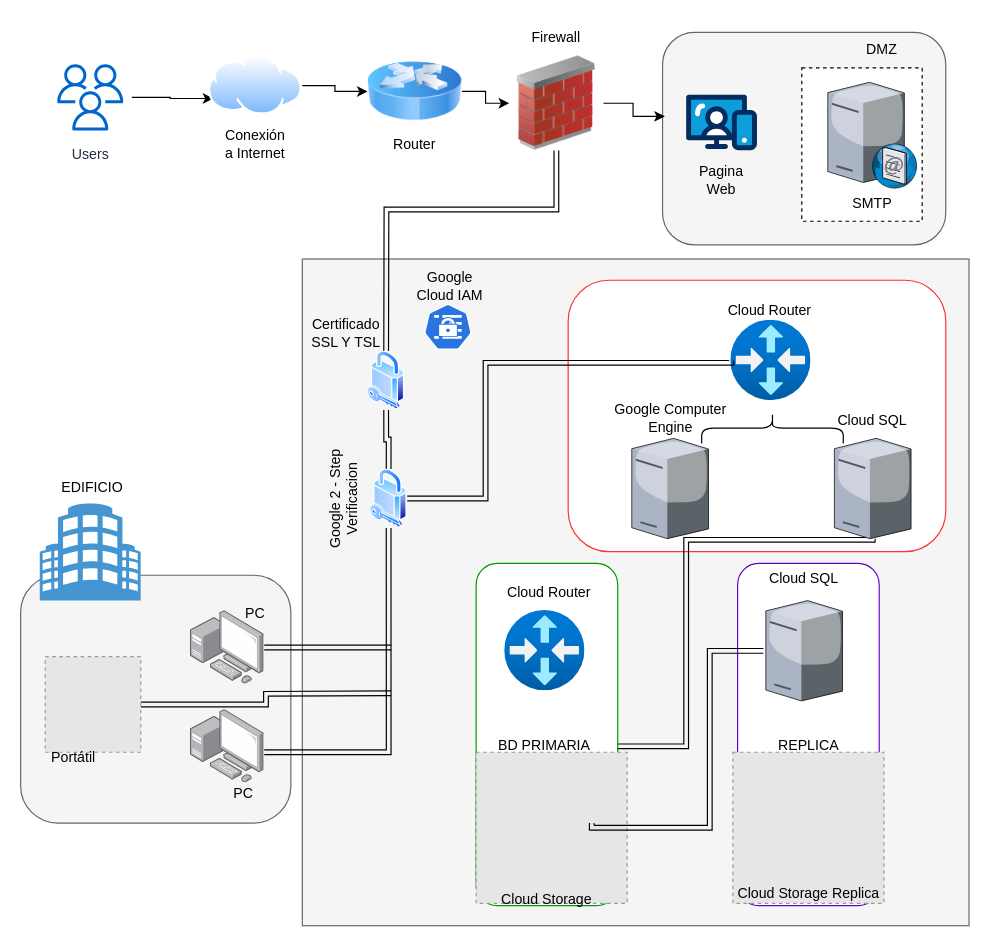
Above: page "Página-1" (1 of 2) of Diagrama sin título.drawio in SindyBarrera/1er.-Proyecto-Desarrollo-Web-SINDY-MELISSA-BARRERA-BARRERA (draw.io), before the change. Source tidied: cells renumbered, new cells numbered last; positions are measured from the earlier drawing's top-left corner, leaving out a move shared by most shapes. Both pictures are drawn from the tidied source at 118%, with x=0, y=0 at pixel (20, 20). Pictures stored in the file or linked from it are replaced by grey dashed boxes.
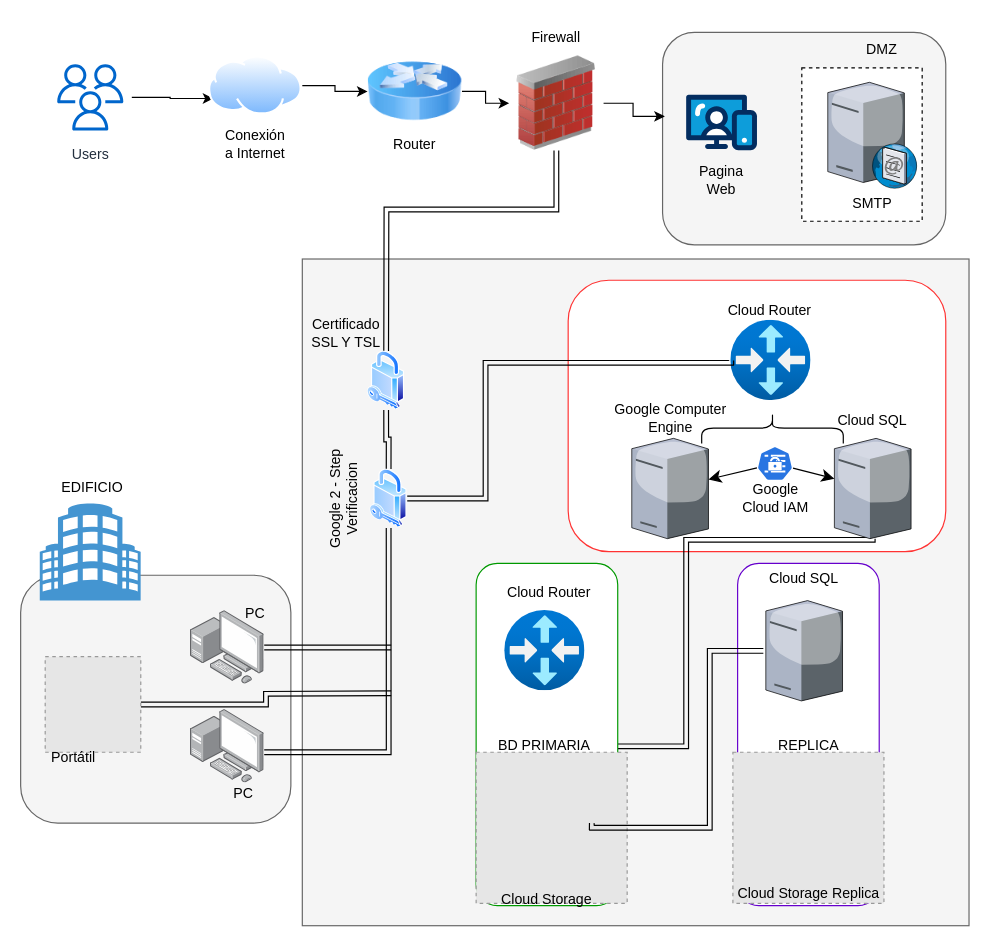
The same page after the edit.

Unchanged cells that the change refers to:
```xml
<mxCell id="46" style="verticalLabelPosition=bottom;sketch=0;html=1;verticalAlign=top;strokeColor=none;align=center;outlineConnect=0;shape=mxgraph.citrix.tower_server;" parent="1" vertex="1">
  <mxGeometry x="517.9" y="354" width="65" height="85" as="geometry" />
</mxCell>
<mxCell id="47" style="verticalLabelPosition=bottom;sketch=0;html=1;verticalAlign=top;strokeColor=none;align=center;outlineConnect=0;shape=mxgraph.citrix.tower_server;" parent="1" vertex="1">
  <mxGeometry x="689.6" y="354" width="65" height="85" as="geometry" />
</mxCell>
```

The edit, as a diff of the source:
```diff
@@
     <mxCell id="62" value="Google Cloud IAM" style="text;html=1;align=center;verticalAlign=middle;whiteSpace=wrap;rounded=0;" parent="1" vertex="1">
-      <mxGeometry x="333.8" y="210" width="60" height="30" as="geometry" />
+      <mxGeometry x="609.9" y="390" width="60" height="30" as="geometry" />
     </mxCell>
+    <mxCell id="64" style="edgeStyle=none;curved=1;rounded=0;jettySize=auto;html=1;fontSize=12;startSize=8;endSize=8;" parent="1" edge="1" source="63" target="47">
+      <mxGeometry relative="1" as="geometry" />
+    </mxCell>
+    <mxCell id="65" style="edgeStyle=none;curved=1;rounded=0;jettySize=auto;html=1;fontSize=12;startSize=8;endSize=8;" parent="1" edge="1" source="63" target="46">
+      <mxGeometry relative="1" as="geometry" />
+    </mxCell>
     <mxCell id="63" style="sketch=0;html=1;dashed=0;whitespace=wrap;verticalLabelPosition=bottom;verticalAlign=top;fillColor=#2875E2;strokeColor=#ffffff;points=[[0.005,0.63,0],[0.1,0.2,0],[0.9,0.2,0],[0.5,0,0],[0.995,0.63,0],[0.72,0.99,0],[0.5,1,0],[0.28,0.99,0]];shape=mxgraph.kubernetes.icon2;prIcon=secret;" parent="1" vertex="1">
-      <mxGeometry x="341.8" y="240" width="40.6" height="39" as="geometry" />
+      <mxGeometry x="624" y="360.7" width="30.5" height="29.3" as="geometry" />
     </mxCell>
```
